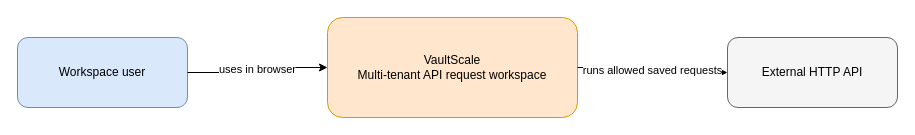
The draw.io diagram docs/diagrams/system-context.drawio in puneetdixit200/vaultscale, before the edit. Source tidied: cells renumbered, new cells numbered last; positions are measured from the earlier drawing's top-left corner, leaving out a move shared by most shapes. Both pictures are drawn from the tidied source at 100%, with x=0, y=0 at pixel (17, 17).
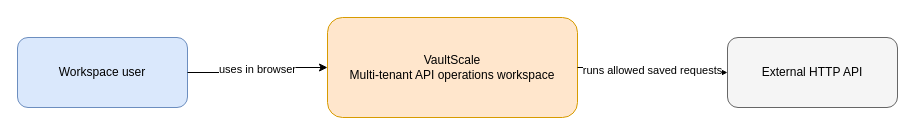
The same diagram, later.

Diff of the diagram source:
```diff
@@
 <mxGraphModel>
   <root>
     <mxCell id="0" />
     <mxCell id="1" parent="0" />
     <mxCell id="2" value="Workspace user" style="rounded=1;whiteSpace=wrap;html=1;fillColor=#dae8fc;strokeColor=#6c8ebf;" parent="1" vertex="1">
       <mxGeometry y="20" width="170" height="70" as="geometry" />
     </mxCell>
-    <mxCell id="3" value="VaultScale&lt;br&gt;Multi-tenant API request workspace" style="rounded=1;whiteSpace=wrap;html=1;fillColor=#ffe6cc;strokeColor=#d79b00;" parent="1" vertex="1">
+    <mxCell id="3" value="VaultScale&lt;br&gt;Multi-tenant API operations workspace" style="rounded=1;whiteSpace=wrap;html=1;fillColor=#ffe6cc;strokeColor=#d79b00;" parent="1" vertex="1">
       <mxGeometry x="310" width="250" height="100" as="geometry" />
     </mxCell>
     <mxCell id="4" value="External HTTP API" style="rounded=1;whiteSpace=wrap;html=1;fillColor=#f5f5f5;strokeColor=#666666;" parent="1" vertex="1">
       <mxGeometry x="710" y="20" width="170" height="70" as="geometry" />
     </mxCell>
     <mxCell id="5" value="uses in browser" style="edgeStyle=orthogonalEdgeStyle;rounded=1;jettySize=auto;html=1;labelBackgroundColor=#ffffff;fontSize=11;" parent="1" edge="1" source="2" target="3">
       <mxGeometry relative="1" as="geometry" />
     </mxCell>
     <mxCell id="6" value="runs allowed saved requests" style="edgeStyle=orthogonalEdgeStyle;rounded=1;jettySize=auto;html=1;labelBackgroundColor=#ffffff;fontSize=11;" parent="1" edge="1" source="3" target="4">
       <mxGeometry relative="1" as="geometry" />
     </mxCell>
   </root>
 </mxGraphModel>
```
